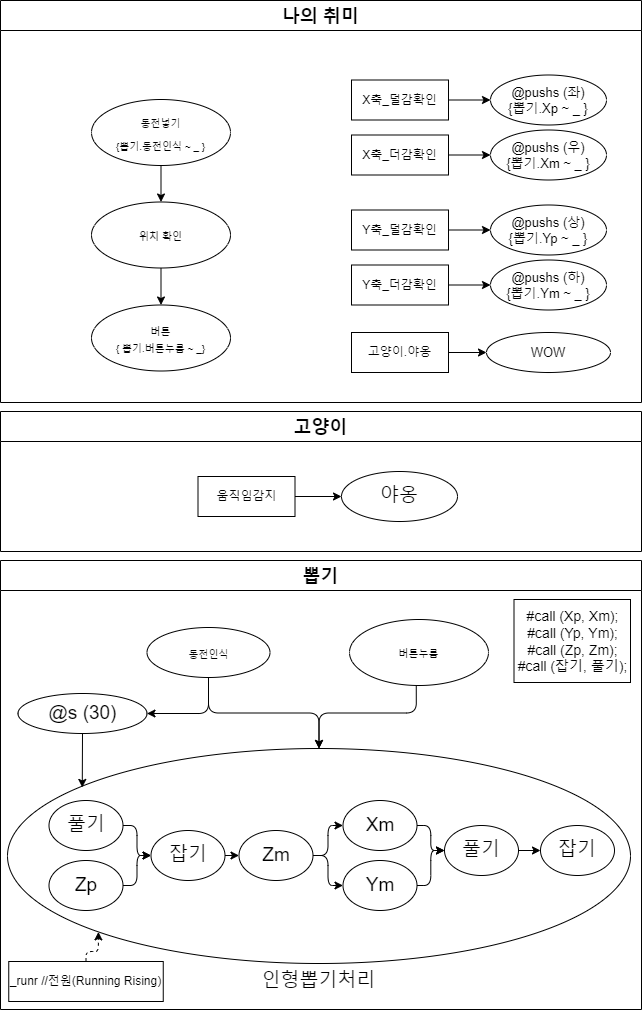
DualsoftDev/ds keeps this draw.io diagram as MySystem/png/my4.dio.png. Above is the earlier version. Source tidied: cells renumbered, new cells last; positions are measured from the earlier drawing's top-left corner, leaving out a move shared by most shapes.
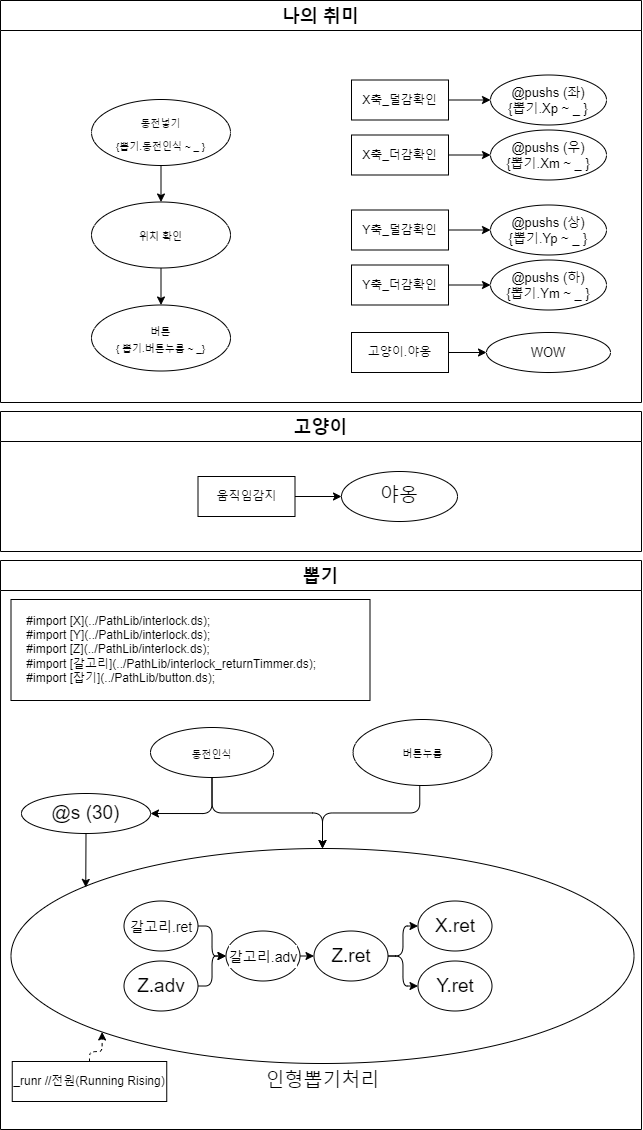
Later version of the same file.

What changed in the source:
```diff
@@ -3,75 +3,63 @@
     <mxCell id="0" />
     <mxCell id="1" parent="0" />
     <mxCell id="2" value="뽑기" style="swimlane;labelBackgroundColor=#FFFFFF;fontSize=18;startSize=30;" parent="1" vertex="1">
-      <mxGeometry y="560" width="641" height="449" as="geometry" />
+      <mxGeometry y="560" width="641" height="569" as="geometry" />
     </mxCell>
+    <mxCell id="55" value="&amp;nbsp; &amp;nbsp; #import [X](../PathLib/interlock.ds);&lt;br&gt;&amp;nbsp; &amp;nbsp; #import [Y](../PathLib/interlock.ds);&lt;br&gt;&amp;nbsp; &amp;nbsp; #import [Z](../PathLib/interlock.ds);&lt;br&gt;&amp;nbsp; &amp;nbsp; #import [갈고리](../PathLib/interlock_returnTimmer.ds);&lt;br&gt;&amp;nbsp; &amp;nbsp; #import [잡기](../PathLib/button.ds);" style="rounded=0;whiteSpace=wrap;html=1;align=left;" parent="2" vertex="1">
+      <mxGeometry x="10.5" y="39" width="359" height="101" as="geometry" />
+    </mxCell>
     <mxCell id="3" value="인형뽑기처리" style="ellipse;whiteSpace=wrap;html=1;labelBackgroundColor=#FFFFFF;fontColor=none;fontSize=19;labelPosition=center;verticalLabelPosition=bottom;align=center;verticalAlign=top;" parent="2" vertex="1">
-      <mxGeometry x="7" y="188" width="623" height="215" as="geometry" />
+      <mxGeometry x="10.5" y="288" width="623" height="215" as="geometry" />
     </mxCell>
+    <mxCell id="5" value="&lt;font style=&quot;font-size: 14px&quot;&gt;갈고리.ret&lt;/font&gt;" style="ellipse;whiteSpace=wrap;html=1;labelBackgroundColor=#FFFFFF;fontColor=none;fontSize=19;" parent="2" vertex="1">
+      <mxGeometry x="123.5" y="340.5" width="74" height="50" as="geometry" />
+    </mxCell>
+    <mxCell id="7" value="Z.adv" style="ellipse;whiteSpace=wrap;html=1;labelBackgroundColor=#FFFFFF;fontColor=none;fontSize=19;" parent="2" vertex="1">
+      <mxGeometry x="123.5" y="400.5" width="74" height="50" as="geometry" />
+    </mxCell>
+    <mxCell id="9" value="&lt;span style=&quot;font-size: 14px&quot;&gt;갈고리.adv&lt;/span&gt;" style="ellipse;whiteSpace=wrap;html=1;labelBackgroundColor=#FFFFFF;fontColor=none;fontSize=19;" parent="2" vertex="1">
+      <mxGeometry x="225.5" y="370.5" width="74" height="50" as="geometry" />
+    </mxCell>
     <mxCell id="4" style="edgeStyle=orthogonalEdgeStyle;html=1;exitX=1;exitY=0.5;exitDx=0;exitDy=0;entryX=0;entryY=0.5;entryDx=0;entryDy=0;startArrow=none;startFill=0;" parent="2" edge="1" source="5" target="9">
       <mxGeometry relative="1" as="geometry" />
     </mxCell>
-    <mxCell id="5" value="풀기" style="ellipse;whiteSpace=wrap;html=1;labelBackgroundColor=#FFFFFF;fontColor=none;fontSize=19;" parent="2" vertex="1">
-      <mxGeometry x="48.5" y="240" width="74" height="50" as="geometry" />
-    </mxCell>
     <mxCell id="6" style="edgeStyle=orthogonalEdgeStyle;html=1;exitX=1;exitY=0.5;exitDx=0;exitDy=0;entryX=0;entryY=0.5;entryDx=0;entryDy=0;startArrow=none;startFill=0;" parent="2" edge="1" source="7" target="9">
       <mxGeometry relative="1" as="geometry" />
     </mxCell>
-    <mxCell id="7" value="Zp" style="ellipse;whiteSpace=wrap;html=1;labelBackgroundColor=#FFFFFF;fontColor=none;fontSize=19;" parent="2" vertex="1">
-      <mxGeometry x="48.5" y="300" width="74" height="50" as="geometry" />
-    </mxCell>
+    <mxCell id="12" value="Z.ret" style="ellipse;whiteSpace=wrap;html=1;labelBackgroundColor=#FFFFFF;fontColor=none;fontSize=19;" parent="2" vertex="1">
+      <mxGeometry x="313.5" y="370.5" width="74" height="50" as="geometry" />
+    </mxCell>
     <mxCell id="8" style="edgeStyle=orthogonalEdgeStyle;html=1;exitX=1;exitY=0.5;exitDx=0;exitDy=0;entryX=0;entryY=0.5;entryDx=0;entryDy=0;startArrow=none;startFill=0;" parent="2" edge="1" source="9" target="12">
       <mxGeometry relative="1" as="geometry" />
     </mxCell>
-    <mxCell id="9" value="잡기" style="ellipse;whiteSpace=wrap;html=1;labelBackgroundColor=#FFFFFF;fontColor=none;fontSize=19;" parent="2" vertex="1">
-      <mxGeometry x="150.5" y="270" width="74" height="50" as="geometry" />
-    </mxCell>
+    <mxCell id="14" value="X.ret" style="ellipse;whiteSpace=wrap;html=1;labelBackgroundColor=#FFFFFF;fontColor=none;fontSize=19;" parent="2" vertex="1">
+      <mxGeometry x="417.5" y="340.5" width="74" height="50" as="geometry" />
+    </mxCell>
     <mxCell id="10" style="edgeStyle=orthogonalEdgeStyle;html=1;exitX=1;exitY=0.5;exitDx=0;exitDy=0;entryX=0;entryY=0.5;entryDx=0;entryDy=0;startArrow=none;startFill=0;" parent="2" edge="1" source="12" target="14">
       <mxGeometry relative="1" as="geometry" />
     </mxCell>
+    <mxCell id="16" value="Y.ret" style="ellipse;whiteSpace=wrap;html=1;labelBackgroundColor=#FFFFFF;fontColor=none;fontSize=19;" parent="2" vertex="1">
+      <mxGeometry x="417.5" y="400.5" width="74" height="50" as="geometry" />
+    </mxCell>
     <mxCell id="11" style="edgeStyle=orthogonalEdgeStyle;html=1;exitX=1;exitY=0.5;exitDx=0;exitDy=0;entryX=0;entryY=0.5;entryDx=0;entryDy=0;startArrow=none;startFill=0;" parent="2" edge="1" source="12" target="16">
       <mxGeometry relative="1" as="geometry" />
     </mxCell>
-    <mxCell id="12" value="Zm" style="ellipse;whiteSpace=wrap;html=1;labelBackgroundColor=#FFFFFF;fontColor=none;fontSize=19;" parent="2" vertex="1">
-      <mxGeometry x="238.5" y="270" width="74" height="50" as="geometry" />
-    </mxCell>
-    <mxCell id="13" style="edgeStyle=orthogonalEdgeStyle;html=1;exitX=1;exitY=0.5;exitDx=0;exitDy=0;entryX=0;entryY=0.5;entryDx=0;entryDy=0;startArrow=none;startFill=0;" parent="2" edge="1" source="14" target="18">
-      <mxGeometry relative="1" as="geometry" />
-    </mxCell>
-    <mxCell id="14" value="Xm" style="ellipse;whiteSpace=wrap;html=1;labelBackgroundColor=#FFFFFF;fontColor=none;fontSize=19;" parent="2" vertex="1">
-      <mxGeometry x="342.5" y="240" width="74" height="50" as="geometry" />
-    </mxCell>
-    <mxCell id="15" style="edgeStyle=orthogonalEdgeStyle;html=1;exitX=1;exitY=0.5;exitDx=0;exitDy=0;entryX=0;entryY=0.5;entryDx=0;entryDy=0;startArrow=none;startFill=0;" parent="2" edge="1" source="16" target="18">
-      <mxGeometry relative="1" as="geometry" />
-    </mxCell>
-    <mxCell id="16" value="Ym" style="ellipse;whiteSpace=wrap;html=1;labelBackgroundColor=#FFFFFF;fontColor=none;fontSize=19;" parent="2" vertex="1">
-      <mxGeometry x="342.5" y="300" width="74" height="50" as="geometry" />
-    </mxCell>
-    <mxCell id="17" style="edgeStyle=orthogonalEdgeStyle;html=1;exitX=1;exitY=0.5;exitDx=0;exitDy=0;entryX=0;entryY=0.5;entryDx=0;entryDy=0;startArrow=none;startFill=0;" parent="2" edge="1" source="18" target="19">
-      <mxGeometry relative="1" as="geometry" />
-    </mxCell>
-    <mxCell id="18" value="풀기" style="ellipse;whiteSpace=wrap;html=1;labelBackgroundColor=#FFFFFF;fontColor=none;fontSize=19;" parent="2" vertex="1">
-      <mxGeometry x="444" y="265" width="74" height="50" as="geometry" />
-    </mxCell>
-    <mxCell id="19" value="잡기" style="ellipse;whiteSpace=wrap;html=1;labelBackgroundColor=#FFFFFF;fontColor=none;fontSize=19;" parent="2" vertex="1">
-      <mxGeometry x="540" y="265" width="74" height="50" as="geometry" />
-    </mxCell>
     <mxCell id="20" style="edgeStyle=orthogonalEdgeStyle;html=1;exitX=0.5;exitY=0;exitDx=0;exitDy=0;entryX=0;entryY=1;entryDx=0;entryDy=0;startArrow=none;startFill=0;dashed=1;" parent="2" edge="1" source="21" target="3">
       <mxGeometry relative="1" as="geometry" />
     </mxCell>
     <mxCell id="21" value="_runr //전원(Running Rising)" style="rounded=0;whiteSpace=wrap;html=1;" parent="2" vertex="1">
-      <mxGeometry x="8.2" y="401" width="154.5" height="40" as="geometry" />
+      <mxGeometry x="11.8" y="501" width="154.5" height="40" as="geometry" />
     </mxCell>
     <mxCell id="22" style="edgeStyle=orthogonalEdgeStyle;html=1;exitX=0.5;exitY=1;exitDx=0;exitDy=0;entryX=0.5;entryY=0;entryDx=0;entryDy=0;fontSize=14;" parent="2" edge="1" target="3">
       <mxGeometry relative="1" as="geometry">
-        <mxPoint x="415.8" y="117" as="sourcePoint" />
+        <mxPoint x="419.3" y="217" as="sourcePoint" />
       </mxGeometry>
     </mxCell>
     <mxCell id="23" style="edgeStyle=none;html=1;exitX=0.5;exitY=1;exitDx=0;exitDy=0;entryX=0.12;entryY=0.181;entryDx=0;entryDy=0;fontSize=14;entryPerimeter=0;" parent="2" edge="1" source="24" target="3">
       <mxGeometry relative="1" as="geometry" />
     </mxCell>
     <mxCell id="24" value="@s (30)" style="ellipse;whiteSpace=wrap;html=1;labelBackgroundColor=#FFFFFF;fontColor=none;fontSize=19;" parent="2" vertex="1">
-      <mxGeometry x="17.5" y="133" width="129" height="40" as="geometry" />
+      <mxGeometry x="21" y="233" width="129" height="40" as="geometry" />
     </mxCell>
     <mxCell id="25" style="edgeStyle=orthogonalEdgeStyle;html=1;exitX=0.5;exitY=1;exitDx=0;exitDy=0;entryX=0.5;entryY=0;entryDx=0;entryDy=0;fontSize=14;" parent="2" edge="1" source="27" target="3">
       <mxGeometry relative="1" as="geometry" />
@@ -80,13 +68,10 @@
       <mxGeometry relative="1" as="geometry" />
     </mxCell>
     <mxCell id="27" value="&lt;span style=&quot;font-size: 10px&quot;&gt;동전인식&lt;/span&gt;" style="ellipse;whiteSpace=wrap;html=1;labelBackgroundColor=#FFFFFF;fontColor=none;fontSize=19;" parent="2" vertex="1">
-      <mxGeometry x="146.5" y="67" width="123" height="50" as="geometry" />
+      <mxGeometry x="150" y="167" width="123" height="50" as="geometry" />
     </mxCell>
-    <mxCell id="28" value="#call (Xp, Xm);&lt;br&gt;#call (Yp, Ym);&lt;br&gt;#call (Zp, Zm);&lt;br&gt;#call (잡기, 풀기);&lt;br&gt;" style="rounded=0;whiteSpace=wrap;html=1;fontSize=14;" parent="2" vertex="1">
-      <mxGeometry x="513.5" y="39" width="116.5" height="83" as="geometry" />
-    </mxCell>
     <mxCell id="29" value="&lt;span style=&quot;font-size: 10px&quot;&gt;버튼누름&lt;/span&gt;" style="ellipse;whiteSpace=wrap;html=1;labelBackgroundColor=#FFFFFF;fontColor=none;fontSize=14;" parent="2" vertex="1">
-      <mxGeometry x="349" y="59" width="139" height="66" as="geometry" />
+      <mxGeometry x="352.5" y="159" width="139" height="66" as="geometry" />
     </mxCell>
     <mxCell id="30" value="나의 취미" style="swimlane;labelBackgroundColor=#FFFFFF;fontColor=none;fontSize=18;startSize=30;" parent="1" vertex="1">
       <mxGeometry width="641" height="402" as="geometry" />
```
